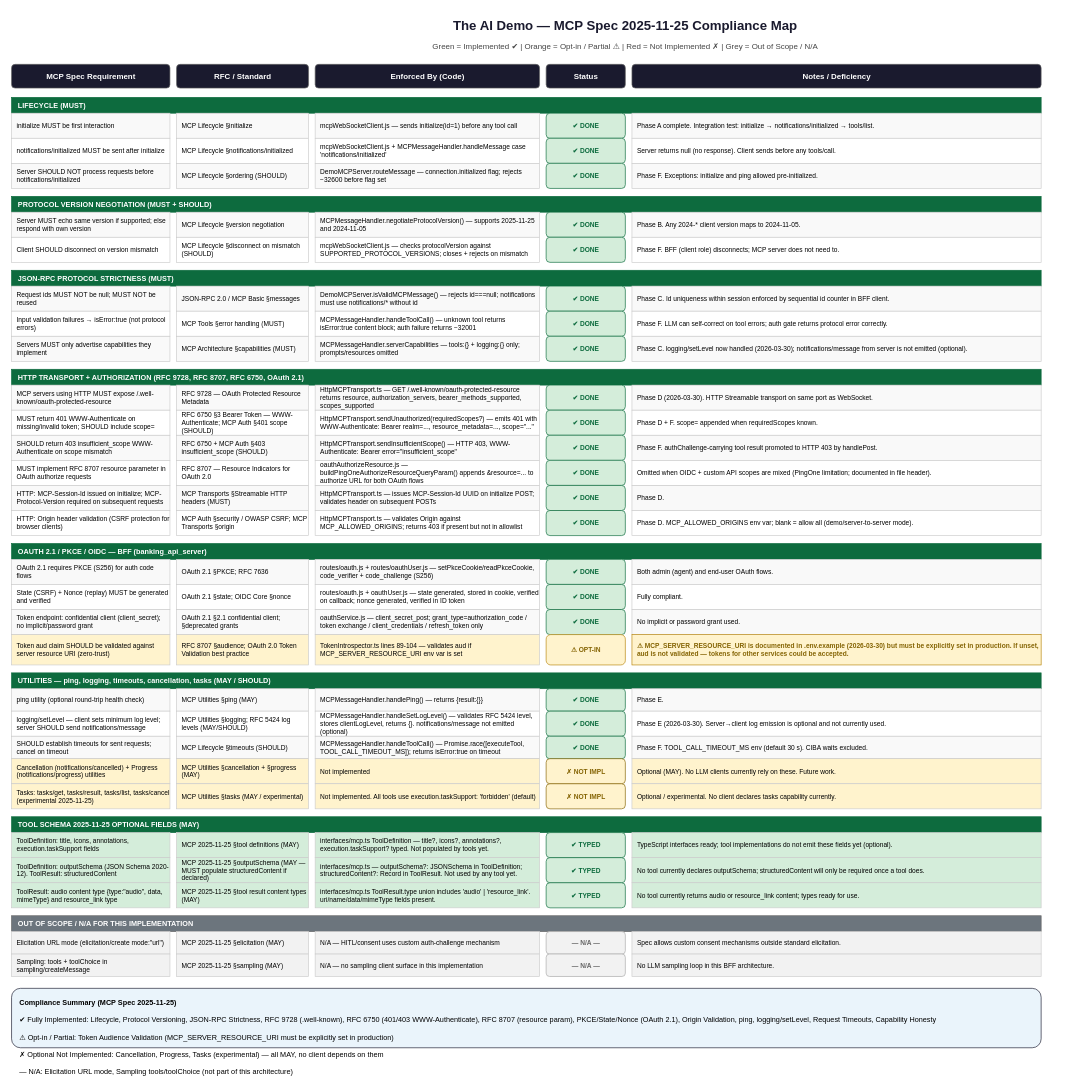
This is page "Compliance Map" (1 of 5) of docs/MCP_COMPLIANCE_DIAGRAM.drawio from curtismu7/AI-DEMO2, a draw.io file, before an edit. Source tidied: cells renumbered, new cells numbered last; positions are measured from the earlier drawing's top-left corner, leaving out a move shared by most shapes. Both pictures are drawn from the tidied source at 66%, with x=0, y=0 at pixel (11, 11).
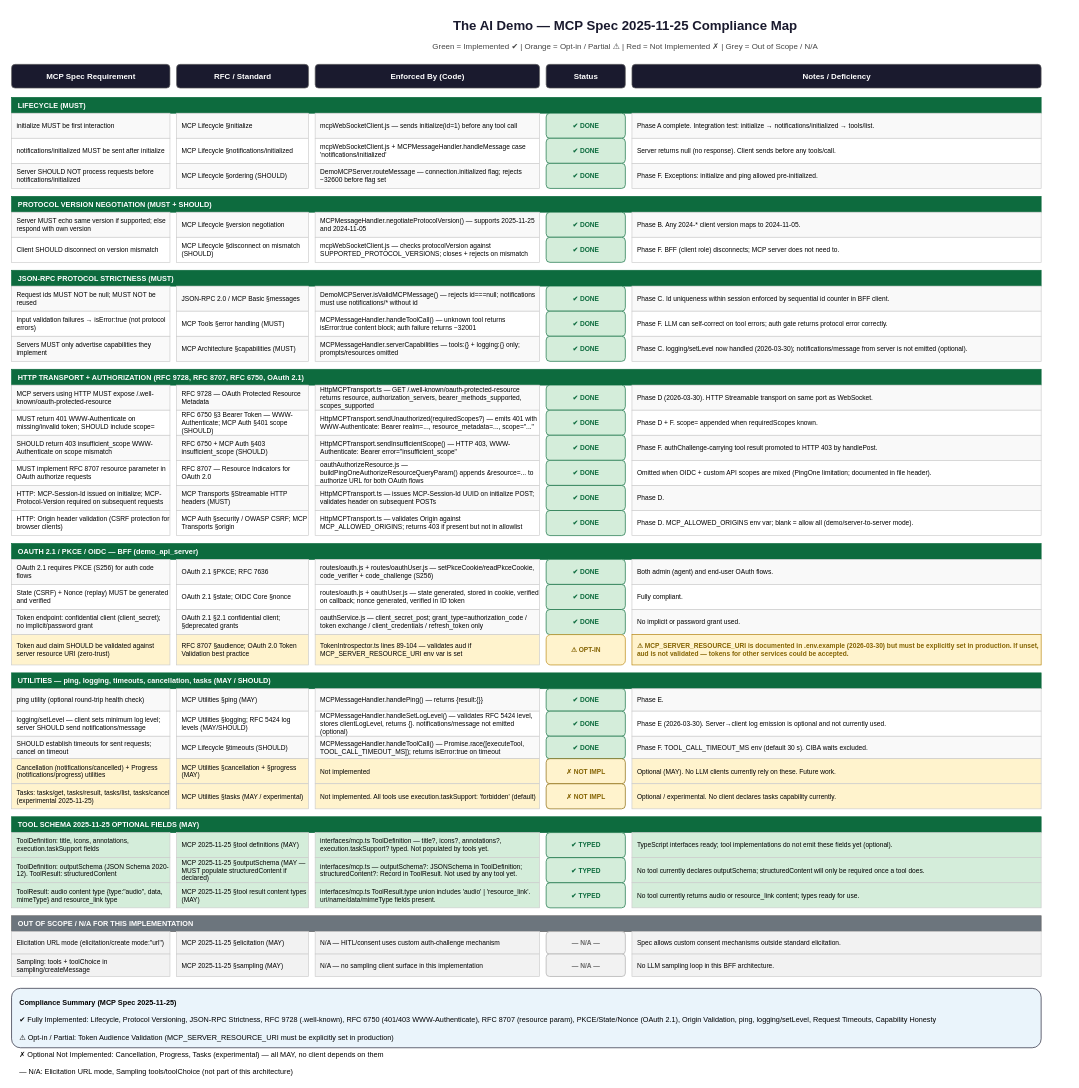
Above is the later version.

Diff of the diagram source:
```diff
@@
-    <mxCell id="83" value="OAUTH 2.1 / PKCE / OIDC — BFF (banking_api_server)" style="text;html=1;strokeColor=#0d6b3e;fillColor=#0d6b3e;align=left;verticalAlign=middle;fontColor=#ffffff;fontSize=11;fontStyle=1;spacingLeft=8;rounded=0;" parent="1" vertex="1">
+    <mxCell id="83" value="OAUTH 2.1 / PKCE / OIDC — BFF (demo_api_server)" style="text;html=1;strokeColor=#0d6b3e;fillColor=#0d6b3e;align=left;verticalAlign=middle;fontColor=#ffffff;fontSize=11;fontStyle=1;spacingLeft=8;rounded=0;" parent="1" vertex="1">
       <mxGeometry y="806" width="1560" height="24" as="geometry" />
     </mxCell>
```
